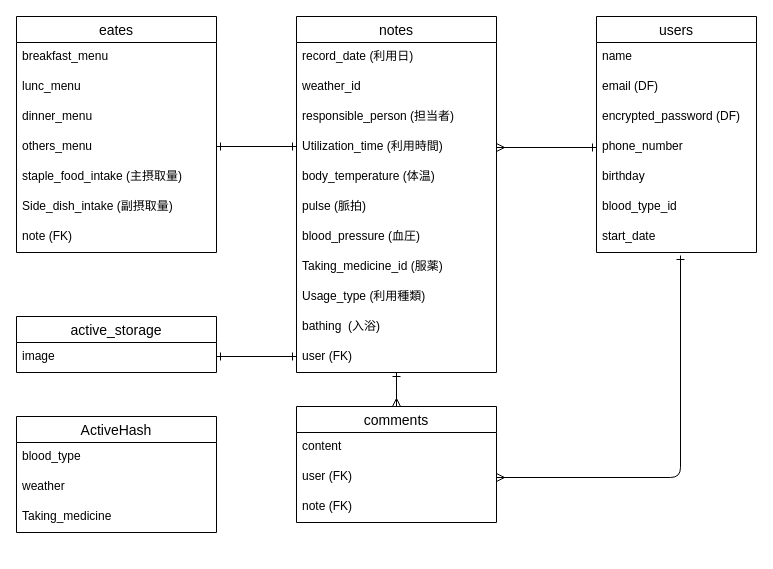
Before: ohana.dio in NRM129/ohana, a draw.io diagram. Source tidied: cells renumbered, new cells numbered last; positions are measured from the earlier drawing's top-left corner, leaving out a move shared by most shapes. Both pictures are drawn from the tidied source at 100%, with x=0, y=0 at pixel (16, 16).
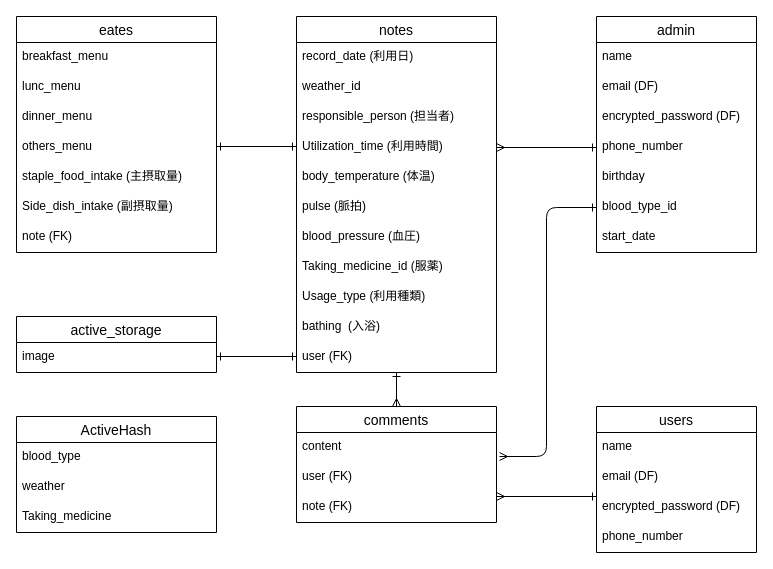
Above is the later version.

Unchanged cells that the change refers to:
```xml
<mxCell id="8" value="blood_type_id" style="text;strokeColor=none;fillColor=none;spacingLeft=4;spacingRight=4;overflow=hidden;points=[[0,0.5],[1,0.5]];portConstraint=eastwest;fontSize=12;" parent="2" vertex="1">
  <mxGeometry y="176" width="160" height="30" as="geometry" />
</mxCell>
<mxCell id="9" value="start_date" style="text;strokeColor=none;fillColor=none;spacingLeft=4;spacingRight=4;overflow=hidden;points=[[0,0.5],[1,0.5]];portConstraint=eastwest;fontSize=12;" parent="2" vertex="1">
  <mxGeometry y="206" width="160" height="30" as="geometry" />
</mxCell>
<mxCell id="35" value="content" style="text;strokeColor=none;fillColor=none;spacingLeft=4;spacingRight=4;overflow=hidden;points=[[0,0.5],[1,0.5]];portConstraint=eastwest;fontSize=12;" parent="34" vertex="1">
  <mxGeometry y="26" width="200" height="30" as="geometry" />
</mxCell>
<mxCell id="36" value="user (FK)" style="text;strokeColor=none;fillColor=none;spacingLeft=4;spacingRight=4;overflow=hidden;points=[[0,0.5],[1,0.5]];portConstraint=eastwest;fontSize=12;" parent="34" vertex="1">
  <mxGeometry y="56" width="200" height="30" as="geometry" />
</mxCell>
```

Diff of the diagram source:
```diff
@@
-    <mxCell id="2" value="users" style="swimlane;fontStyle=0;horizontal=1;startSize=26;align=center;fontSize=14;" parent="1" vertex="1">
+    <mxCell id="2" value="admin" style="swimlane;fontStyle=0;horizontal=1;startSize=26;align=center;fontSize=14;" parent="1" vertex="1">
       <mxGeometry x="580" width="160" height="236" as="geometry" />
     </mxCell>
@@
-    <mxCell id="40" style="edgeStyle=orthogonalEdgeStyle;fontSize=12;html=1;endArrow=ERmany;exitX=0.525;exitY=1.1;exitDx=0;exitDy=0;startArrow=ERone;startFill=0;exitPerimeter=0;entryX=1;entryY=0.5;entryDx=0;entryDy=0;" parent="1" edge="1" source="9" target="36">
-      <mxGeometry relative="1" as="geometry">
-        <Array as="points">
-          <mxPoint x="664" y="461" />
-        </Array>
-      </mxGeometry>
+    <mxCell id="40" style="edgeStyle=orthogonalEdgeStyle;fontSize=12;html=1;endArrow=ERmany;startArrow=ERone;startFill=0;exitX=0;exitY=0.5;exitDx=0;exitDy=0;entryX=1.015;entryY=0.8;entryDx=0;entryDy=0;entryPerimeter=0;" parent="1" edge="1" source="8" target="35">
+      <mxGeometry relative="1" as="geometry" />
     </mxCell>
@@
+    <mxCell id="45" value="users" style="swimlane;fontStyle=0;horizontal=1;startSize=26;align=center;fontSize=14;" parent="1" vertex="1">
+      <mxGeometry x="580" y="390" width="160" height="146" as="geometry" />
+    </mxCell>
+    <mxCell id="46" value="name" style="text;strokeColor=none;fillColor=none;spacingLeft=4;spacingRight=4;overflow=hidden;fontSize=12;" parent="45" vertex="1">
+      <mxGeometry y="26" width="160" height="30" as="geometry" />
+    </mxCell>
+    <mxCell id="47" value="email (DF)" style="text;strokeColor=none;fillColor=none;spacingLeft=4;spacingRight=4;overflow=hidden;fontSize=12;" parent="45" vertex="1">
+      <mxGeometry y="56" width="160" height="30" as="geometry" />
+    </mxCell>
+    <mxCell id="48" value="encrypted_password (DF)" style="text;strokeColor=none;fillColor=none;spacingLeft=4;spacingRight=4;overflow=hidden;fontSize=12;" parent="45" vertex="1">
+      <mxGeometry y="86" width="160" height="30" as="geometry" />
+    </mxCell>
+    <mxCell id="49" value="phone_number" style="text;strokeColor=none;fillColor=none;spacingLeft=4;spacingRight=4;overflow=hidden;fontSize=12;" parent="45" vertex="1">
+      <mxGeometry y="116" width="160" height="30" as="geometry" />
+    </mxCell>
+    <mxCell id="50" style="edgeStyle=none;html=1;startArrow=ERmany;startFill=0;endArrow=ERone;endFill=0;entryX=0;entryY=0.5;entryDx=0;entryDy=0;exitX=1;exitY=0.5;exitDx=0;exitDy=0;" parent="1" edge="1">
+      <mxGeometry relative="1" as="geometry">
+        <mxPoint x="480" y="480" as="sourcePoint" />
+        <mxPoint x="580" y="480" as="targetPoint" />
+      </mxGeometry>
+    </mxCell>
```
